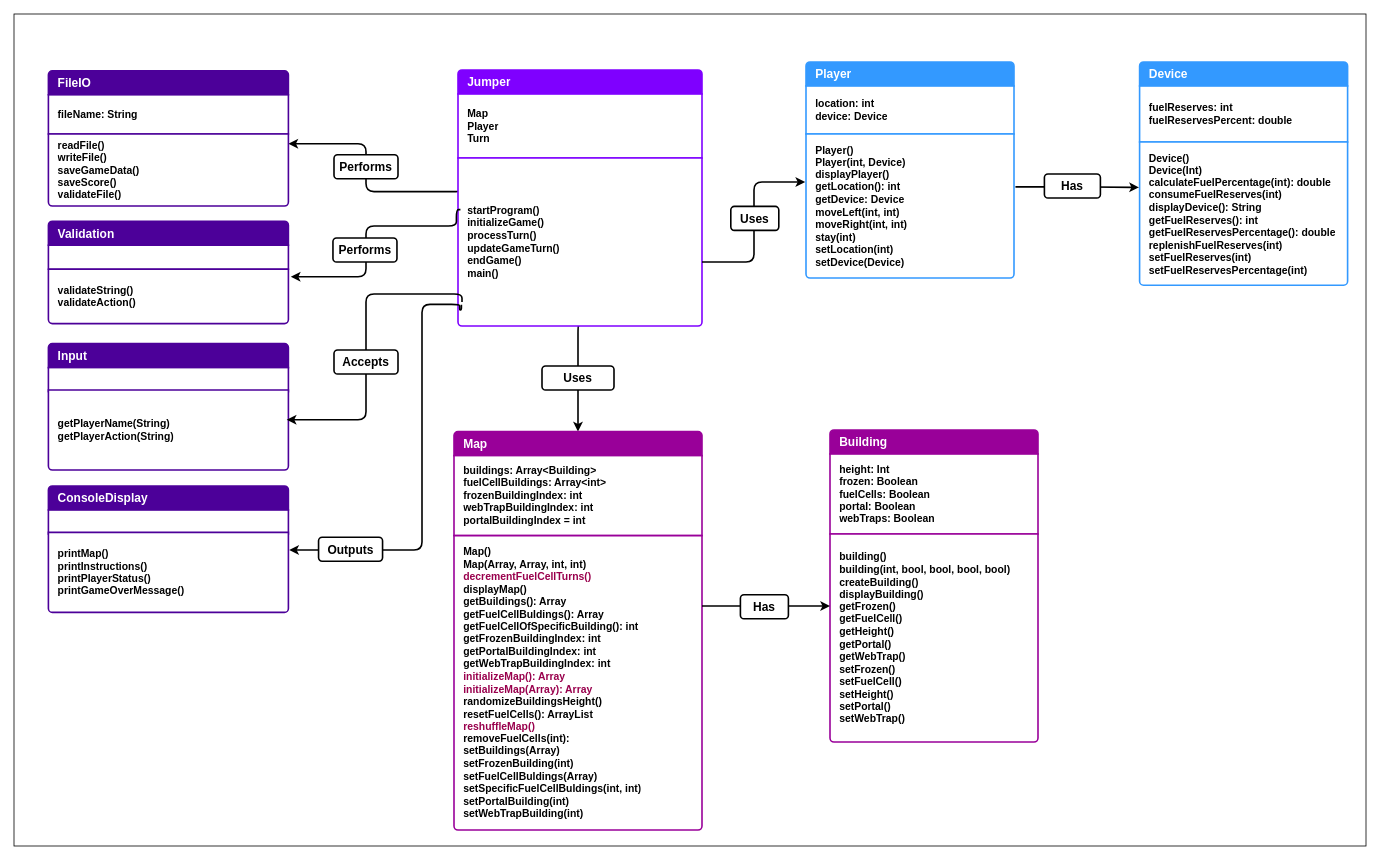
Above: Java Programming/Assignment Java Jumper/doc/ClassDiagram.drawio in ByteToBits/CompScience (draw.io), before the change. Source tidied: cells renumbered, new cells numbered last; positions are measured from the earlier drawing's top-left corner, leaving out a move shared by most shapes. Both pictures are drawn from the tidied source at 80%, with x=0, y=0 at pixel (14, 14).
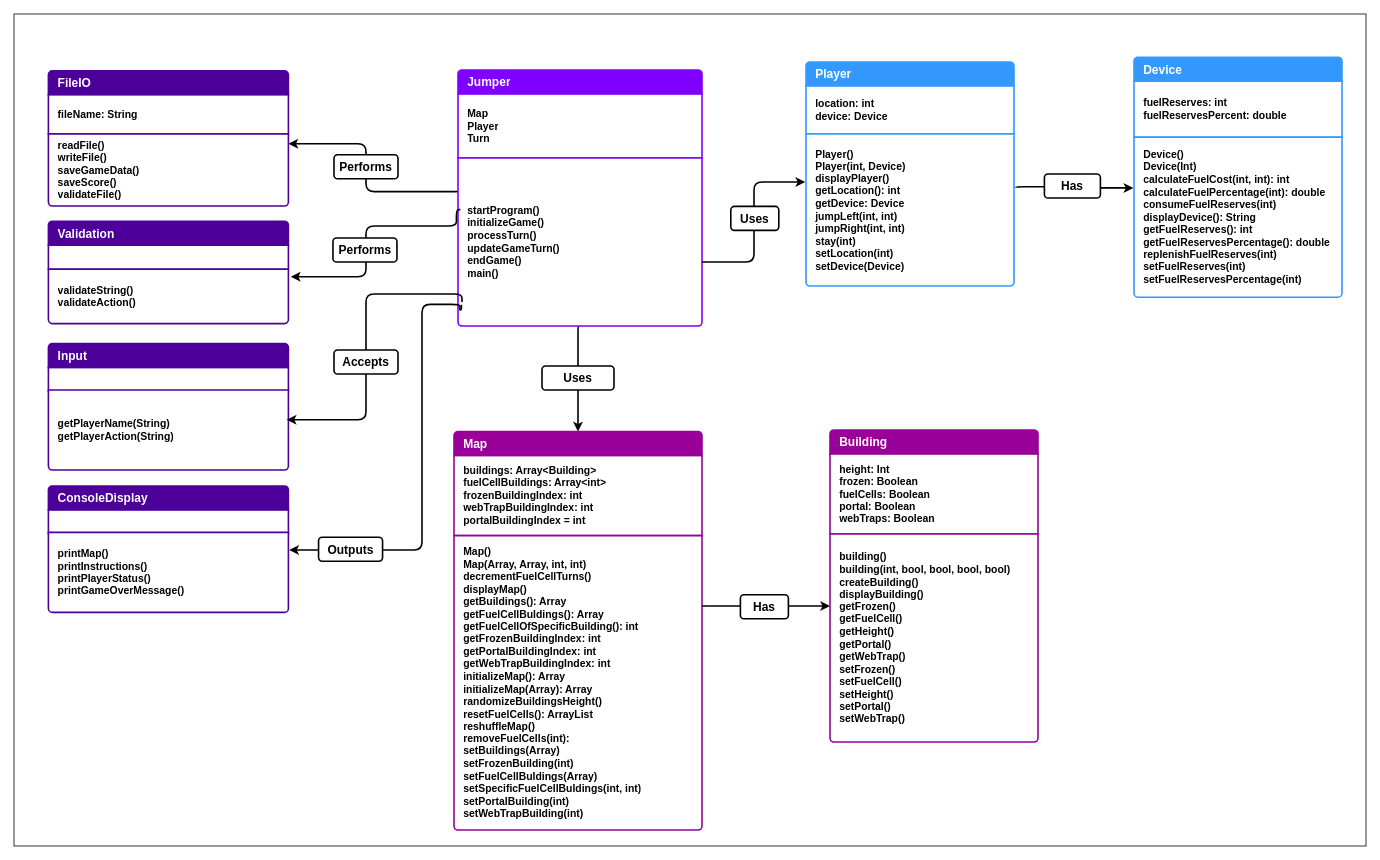
Above is the later version.

Commit message (it also covers changes not shown here):
Updates Player Class

The edit, as a diff of the source:
```diff
@@
     <mxCell id="25" style="swimlane;fontStyle=1;horizontal=1;startSize=0;whiteSpace=wrap;html=1;strokeColor=none;fillColor=none;strokeWidth=2;labelPadding=0;labelBorderColor=none;fontSize=13;shadow=0;perimeterSpacing=0;swimlaneLine=0;" parent="1" vertex="1">
-      <mxGeometry x="990" y="60" width="260" height="270" as="geometry" />
+      <mxGeometry x="990" y="60" width="260" height="280" as="geometry" />
     </mxCell>
@@
-    <mxCell id="28" value="&lt;div&gt;Player()&lt;/div&gt;&lt;div&gt;Player(int, Device)&lt;/div&gt;&lt;div&gt;displayPlayer()&lt;/div&gt;&lt;div&gt;getLocation(): int&lt;/div&gt;&lt;div&gt;getDevice: Device&lt;/div&gt;&lt;div&gt;moveLeft(int, int)&lt;/div&gt;&lt;div&gt;moveRight(int, int)&lt;/div&gt;&lt;div&gt;stay(int)&lt;/div&gt;&lt;div&gt;setLocation(int)&lt;/div&gt;&lt;div&gt;setDevice(Device)&lt;/div&gt;" style="text;strokeColor=#3399ff;fillColor=#FFFFFF;align=left;verticalAlign=middle;spacingLeft=10;spacingRight=10;overflow=hidden;whiteSpace=wrap;html=1;shape=mxgraph.bootstrap.bottomButton;rSize=5;fontColor=#000000;strokeWidth=2;labelPadding=0;labelBorderColor=none;fontSize=13;fontStyle=1;shadow=0;perimeterSpacing=0;swimlaneLine=0;" parent="25" vertex="1">
-      <mxGeometry y="90" width="260" height="180" as="geometry" />
+    <mxCell id="28" value="&lt;div&gt;Player()&lt;/div&gt;&lt;div&gt;Player(int, Device)&lt;/div&gt;&lt;div&gt;displayPlayer()&lt;/div&gt;&lt;div&gt;getLocation(): int&lt;/div&gt;&lt;div&gt;getDevice: Device&lt;/div&gt;&lt;div&gt;jumpLeft(int, int)&lt;/div&gt;&lt;div&gt;jumpRight(int, int)&lt;/div&gt;&lt;div&gt;stay(int)&lt;/div&gt;&lt;div&gt;setLocation(int)&lt;/div&gt;&lt;div&gt;setDevice(Device)&lt;/div&gt;" style="text;strokeColor=#3399ff;fillColor=#FFFFFF;align=left;verticalAlign=middle;spacingLeft=10;spacingRight=10;overflow=hidden;whiteSpace=wrap;html=1;shape=mxgraph.bootstrap.bottomButton;rSize=5;fontColor=#000000;strokeWidth=2;labelPadding=0;labelBorderColor=none;fontSize=13;fontStyle=1;shadow=0;perimeterSpacing=0;swimlaneLine=0;" parent="25" vertex="1">
+      <mxGeometry y="90" width="260" height="190" as="geometry" />
     </mxCell>
@@
-    <mxCell id="30" value="&lt;div&gt;Map()&lt;br&gt;Map(Array, Array, int, int)&lt;br&gt;&lt;/div&gt;&lt;div&gt;&lt;font color=&quot;#99004d&quot;&gt;decrementFuelCellTurns()&lt;/font&gt;&lt;/div&gt;&lt;div&gt;displayMap()&lt;/div&gt;&lt;div&gt;getBuildings(): Array&lt;br&gt;getFuelCellBuldings(): Array&lt;/div&gt;&lt;div&gt;getFuelCellOfSpecificBuilding(): int&lt;br&gt;getFrozenBuildingIndex: int&lt;/div&gt;&lt;div&gt;getPortalBuildingIndex: int&lt;br&gt;getWebTrapBuildingIndex: int&lt;/div&gt;&lt;div&gt;&lt;div&gt;&lt;font color=&quot;#99004d&quot;&gt;initializeMap(): Array&lt;/font&gt;&lt;/div&gt;&lt;div&gt;&lt;font color=&quot;#99004d&quot;&gt;initializeMap(&lt;span style=&quot;background-color: initial;&quot;&gt;Array&lt;/span&gt;&lt;span style=&quot;background-color: initial;&quot;&gt;): Array&lt;/span&gt;&lt;/font&gt;&lt;/div&gt;&lt;/div&gt;&lt;div&gt;randomizeBuildingsHeight()&lt;br&gt;&lt;/div&gt;&lt;div&gt;resetFuelCells(): ArrayList&lt;/div&gt;&lt;div&gt;&lt;span style=&quot;color: rgb(153, 0, 77);&quot;&gt;reshuffleMap()&lt;/span&gt;&lt;br&gt;&lt;/div&gt;&lt;div&gt;removeFuelCells(int):&lt;br&gt;setBuildings(Array)&lt;br&gt;setFrozenBuilding(int)&lt;br&gt;setFuelCellBuldings(Array)&lt;/div&gt;&lt;div&gt;setSpecificFuelCellBuldings(int, int)&lt;br&gt;&lt;/div&gt;&lt;div&gt;setPortalBuilding(int)&lt;br&gt;setWebTrapBuilding(int)&lt;/div&gt;" style="text;strokeColor=#990099;fillColor=#FFFFFF;align=left;verticalAlign=middle;spacingLeft=10;spacingRight=10;overflow=hidden;whiteSpace=wrap;html=1;shape=mxgraph.bootstrap.bottomButton;rSize=5;fontColor=#000000;strokeWidth=2;labelPadding=0;labelBorderColor=none;fontSize=13;fontStyle=1;shadow=0;perimeterSpacing=0;swimlaneLine=0;" parent="1" vertex="1">
+    <mxCell id="30" value="&lt;div&gt;Map()&lt;br&gt;Map(Array, Array, int, int)&lt;br&gt;&lt;/div&gt;&lt;div&gt;decrementFuelCellTurns()&lt;/div&gt;&lt;div&gt;displayMap()&lt;/div&gt;&lt;div&gt;getBuildings(): Array&lt;br&gt;getFuelCellBuldings(): Array&lt;/div&gt;&lt;div&gt;getFuelCellOfSpecificBuilding(): int&lt;br&gt;getFrozenBuildingIndex: int&lt;/div&gt;&lt;div&gt;getPortalBuildingIndex: int&lt;br&gt;getWebTrapBuildingIndex: int&lt;/div&gt;&lt;div&gt;&lt;div&gt;initializeMap(): Array&lt;/div&gt;&lt;div&gt;initializeMap(&lt;span style=&quot;background-color: initial;&quot;&gt;Array&lt;/span&gt;&lt;span style=&quot;background-color: initial;&quot;&gt;): Array&lt;/span&gt;&lt;/div&gt;&lt;/div&gt;&lt;div&gt;randomizeBuildingsHeight()&lt;br&gt;&lt;/div&gt;&lt;div&gt;resetFuelCells(): ArrayList&lt;/div&gt;&lt;div&gt;reshuffleMap()&lt;br&gt;&lt;/div&gt;&lt;div&gt;removeFuelCells(int):&lt;br&gt;setBuildings(Array)&lt;br&gt;setFrozenBuilding(int)&lt;br&gt;setFuelCellBuldings(Array)&lt;/div&gt;&lt;div&gt;setSpecificFuelCellBuldings(int, int)&lt;br&gt;&lt;/div&gt;&lt;div&gt;setPortalBuilding(int)&lt;br&gt;setWebTrapBuilding(int)&lt;/div&gt;" style="text;strokeColor=#990099;fillColor=#FFFFFF;align=left;verticalAlign=middle;spacingLeft=10;spacingRight=10;overflow=hidden;whiteSpace=wrap;html=1;shape=mxgraph.bootstrap.bottomButton;rSize=5;fontColor=#000000;strokeWidth=2;labelPadding=0;labelBorderColor=none;fontSize=13;fontStyle=1;shadow=0;perimeterSpacing=0;swimlaneLine=0;" parent="1" vertex="1">
       <mxGeometry x="550" y="652" width="310" height="368" as="geometry" />
     </mxCell>
@@
     <mxCell id="44" value="Device" style="text;strokeColor=#3399ff;fillColor=#3399FF;align=left;verticalAlign=middle;spacingLeft=10;spacingRight=10;overflow=hidden;whiteSpace=wrap;html=1;shape=mxgraph.bootstrap.topButton;rSize=5;fontColor=#ffffff;labelBackgroundColor=none;fontSize=15;fontStyle=1;fontFamily=Helvetica;strokeWidth=2;labelPadding=0;labelBorderColor=none;shadow=0;perimeterSpacing=0;swimlaneLine=0;" parent="1" vertex="1">
-      <mxGeometry x="1407" y="60" width="260" height="30" as="geometry" />
+      <mxGeometry x="1400" y="54" width="260" height="30" as="geometry" />
     </mxCell>
     <mxCell id="45" value="fuelReserves: int&lt;div&gt;fuelReservesPercent: double&lt;/div&gt;" style="text;strokeColor=#3399ff;fillColor=#FFFFFF;align=left;verticalAlign=middle;spacingLeft=10;spacingRight=10;overflow=hidden;whiteSpace=wrap;html=1;rSize=5;fontColor=#000000;strokeWidth=2;labelPadding=0;labelBorderColor=none;fontSize=13;fontStyle=1;shadow=0;perimeterSpacing=0;swimlaneLine=0;" parent="1" vertex="1">
-      <mxGeometry x="1407" y="90" width="260" height="70" as="geometry" />
+      <mxGeometry x="1400" y="84" width="260" height="70" as="geometry" />
     </mxCell>
-    <mxCell id="46" value="Device()&lt;div&gt;Device(Int)&lt;/div&gt;&lt;div&gt;calculateFuelPercentage(int): double&lt;/div&gt;&lt;div&gt;consumeFuelReserves(int)&lt;/div&gt;&lt;div&gt;displayDevice(): String&lt;/div&gt;&lt;div&gt;getFuelReserves(): int&lt;/div&gt;&lt;div&gt;getFuelReservesPercentage(): double&lt;/div&gt;&lt;div&gt;replenishFuelReserves(int)&lt;/div&gt;&lt;div&gt;setFuelReserves(int)&lt;/div&gt;&lt;div&gt;setFuelReservesPercentage(int)&lt;/div&gt;" style="text;strokeColor=#3399ff;fillColor=#FFFFFF;align=left;verticalAlign=middle;spacingLeft=10;spacingRight=10;overflow=hidden;points=[[0,0.5],[1,0.5]];portConstraint=eastwest;whiteSpace=wrap;html=1;shape=mxgraph.bootstrap.bottomButton;rSize=5;fontColor=#000000;strokeWidth=2;labelPadding=0;labelBorderColor=none;fontSize=13;fontStyle=1;shadow=0;perimeterSpacing=0;swimlaneLine=0;" parent="1" vertex="1">
-      <mxGeometry x="1407" y="160" width="260" height="179" as="geometry" />
+    <mxCell id="46" value="Device()&lt;div&gt;Device(Int)&lt;/div&gt;&lt;div&gt;calculateFuelCost(int, int): int&lt;/div&gt;&lt;div&gt;calculateFuelPercentage(int): double&lt;/div&gt;&lt;div&gt;consumeFuelReserves(int)&lt;/div&gt;&lt;div&gt;displayDevice(): String&lt;/div&gt;&lt;div&gt;getFuelReserves(): int&lt;/div&gt;&lt;div&gt;getFuelReservesPercentage(): double&lt;/div&gt;&lt;div&gt;replenishFuelReserves(int)&lt;/div&gt;&lt;div&gt;setFuelReserves(int)&lt;/div&gt;&lt;div&gt;setFuelReservesPercentage(int)&lt;/div&gt;" style="text;strokeColor=#3399ff;fillColor=#FFFFFF;align=left;verticalAlign=middle;spacingLeft=10;spacingRight=10;overflow=hidden;points=[[0,0.5],[1,0.5]];portConstraint=eastwest;whiteSpace=wrap;html=1;shape=mxgraph.bootstrap.bottomButton;rSize=5;fontColor=#000000;strokeWidth=2;labelPadding=0;labelBorderColor=none;fontSize=13;fontStyle=1;shadow=0;perimeterSpacing=0;swimlaneLine=0;" parent="1" vertex="1">
+      <mxGeometry x="1400" y="154" width="260" height="200" as="geometry" />
     </mxCell>
-    <mxCell id="47" style="edgeStyle=orthogonalEdgeStyle;rounded=1;jettySize=auto;html=1;curved=0;strokeWidth=2;entryX=-0.003;entryY=0.317;entryDx=0;entryDy=0;entryPerimeter=0;exitX=1.007;exitY=0.578;exitDx=0;exitDy=0;exitPerimeter=0;" parent="1" edge="1" source="25" target="46">
+    <mxCell id="47" style="edgeStyle=orthogonalEdgeStyle;rounded=1;jettySize=auto;html=1;curved=0;strokeWidth=2;entryX=-0.003;entryY=0.317;entryDx=0;entryDy=0;entryPerimeter=0;" parent="1" edge="1" target="46">
       <mxGeometry relative="1" as="geometry">
+        <mxPoint x="1252" y="217" as="sourcePoint" />
         <Array as="points">
           <mxPoint x="1339" y="216" />
         </Array>
       </mxGeometry>
     </mxCell>
```
